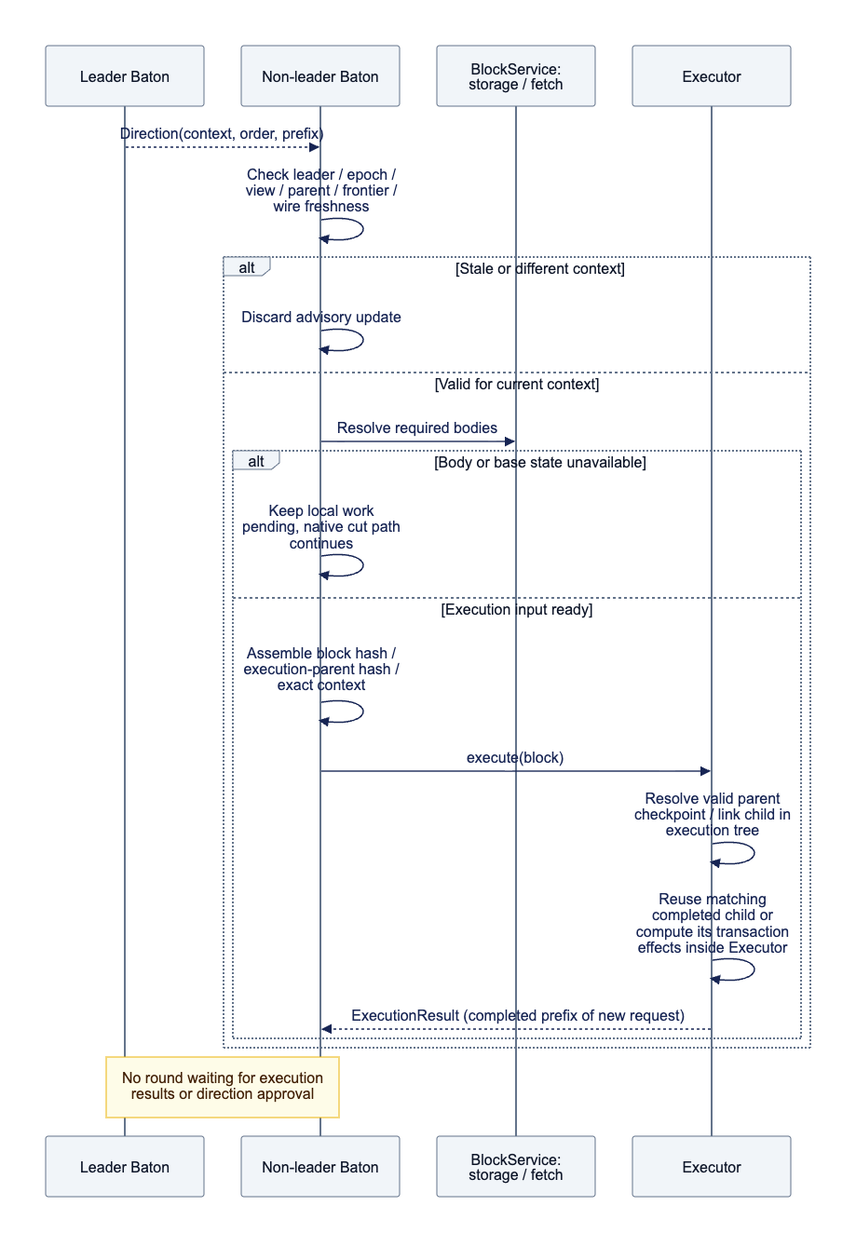
Earlier version of the Mermaid export docs/assets/diagrams/diagram-07.png (djm07073/baton-research). Its source is kept beside it as docs/assets/diagrams/diagram-07.mmd.
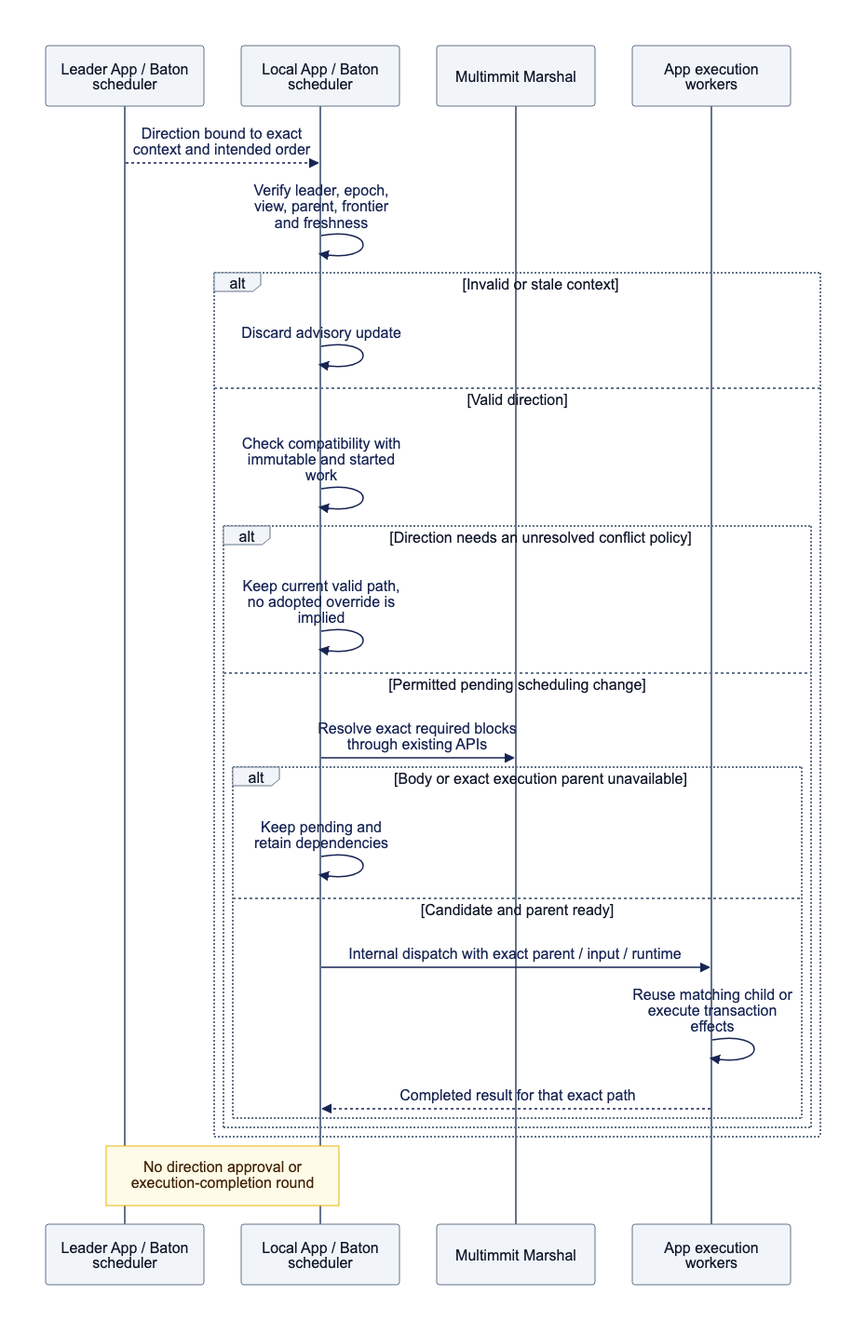
After the change.

Diff of the diagram source:
```diff
@@ -1,22 +1,25 @@
 sequenceDiagram
-    participant L as Leader Baton
-    participant B as Non-leader Baton
-    participant S as BlockService: storage / fetch
-    participant E as Executor
-    L-->>B: Direction(context, order, prefix)
-    B->>B: Check leader / epoch / view / parent / frontier / wire freshness
-    alt Stale or different context
-        B->>B: Discard advisory update
-    else Valid for current context
-        B->>S: Resolve required bodies
-        alt Body or base state unavailable
-            B->>B: Keep local work pending, native cut path continues
-        else Execution input ready
-            B->>B: Assemble block hash / execution-parent hash / exact context
-            B->>E: execute(block)
-            E->>E: Resolve valid parent checkpoint / link child in execution tree
-            E->>E: Reuse matching completed child or compute its transaction effects inside Executor
-            E-->>B: ExecutionResult (completed prefix of new request)
+    participant L as Leader App / Baton scheduler
+    participant A as Local App / Baton scheduler
+    participant M as Multimmit Marshal
+    participant W as App execution workers
+    L-->>A: Direction bound to exact context and intended order
+    A->>A: Verify leader, epoch, view, parent, frontier and freshness
+    alt Invalid or stale context
+        A->>A: Discard advisory update
+    else Valid direction
+        A->>A: Check compatibility with immutable and started work
+        alt Direction needs an unresolved conflict policy
+            A->>A: Keep current valid path, no adopted override is implied
+        else Permitted pending scheduling change
+            A->>M: Resolve exact required blocks through existing APIs
+            alt Body or exact execution parent unavailable
+                A->>A: Keep pending and retain dependencies
+            else Candidate and parent ready
+                A->>W: Internal dispatch with exact parent / input / runtime
+                W->>W: Reuse matching child or execute transaction effects
+                W-->>A: Completed result for that exact path
+            end
         end
     end
-    Note over L,B: No round waiting for execution results or direction approval
+    Note over L,A: No direction approval or execution-completion round
```
